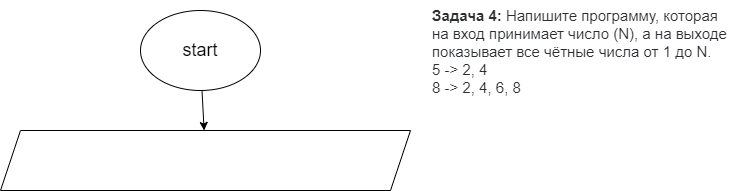
Before: Homework01/ex04/diagram.drawio.png, a diagram exported from draw.io (ruroni1703/lessonC-). Source tidied: cells renumbered, new cells last; positions are measured from the earlier drawing's top-left corner, leaving out a move shared by most shapes. The source it was exported from:
```xml
<mxGraphModel>
  <root>
    <mxCell id="0" />
    <mxCell id="1" parent="0" />
    <mxCell id="2" value="&lt;p style=&quot;box-sizing: border-box; margin: 0px; font-weight: 400; color: rgb(44, 45, 48); font-family: roboto, &amp;quot;san francisco&amp;quot;, &amp;quot;helvetica neue&amp;quot;, helvetica, arial; font-size: 15px; font-style: normal; letter-spacing: normal; text-indent: 0px; text-transform: none; word-spacing: 0px; background-color: rgb(255, 255, 255);&quot;&gt;&lt;strong style=&quot;box-sizing: border-box ; font-weight: 700&quot;&gt;Задача 4:&lt;/strong&gt;&lt;span&gt;&amp;nbsp;&lt;/span&gt;Напишите программу, которая на вход принимает число (N), а на выходе показывает все чётные числа от 1 до N.&lt;/p&gt;&lt;p style=&quot;box-sizing: border-box; margin: 0px; font-weight: 400; color: rgb(44, 45, 48); font-family: roboto, &amp;quot;san francisco&amp;quot;, &amp;quot;helvetica neue&amp;quot;, helvetica, arial; font-size: 15px; font-style: normal; letter-spacing: normal; text-indent: 0px; text-transform: none; word-spacing: 0px; background-color: rgb(255, 255, 255);&quot;&gt;5 -&amp;gt; 2, 4&lt;br style=&quot;box-sizing: border-box&quot;&gt;8 -&amp;gt; 2, 4, 6, 8&lt;/p&gt;" style="text;whiteSpace=wrap;html=1;" parent="1" vertex="1">
      <mxGeometry x="430" width="300" height="30" as="geometry" />
    </mxCell>
    <mxCell id="3" style="edgeStyle=none;html=1;fontSize=18;" parent="1" edge="1" source="4" target="5">
      <mxGeometry relative="1" as="geometry" />
    </mxCell>
    <mxCell id="4" value="&lt;font style=&quot;font-size: 18px&quot;&gt;start&lt;/font&gt;" style="ellipse;whiteSpace=wrap;html=1;" parent="1" vertex="1">
      <mxGeometry x="140" y="10" width="120" height="80" as="geometry" />
    </mxCell>
    <mxCell id="5" style="shape=parallelogram;perimeter=parallelogramPerimeter;whiteSpace=wrap;html=1;fixedSize=1;" parent="1" vertex="1">
      <mxGeometry y="130" width="410" height="60" as="geometry" />
    </mxCell>
  </root>
</mxGraphModel>
```
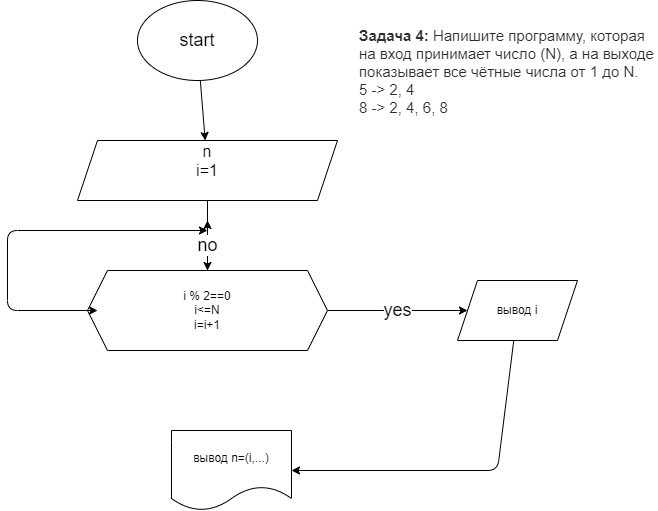
The same file after the commit.

Diff of the diagram source:
```diff
@@ -9,10 +9,50 @@
       <mxGeometry relative="1" as="geometry" />
     </mxCell>
     <mxCell id="4" value="&lt;font style=&quot;font-size: 18px&quot;&gt;start&lt;/font&gt;" style="ellipse;whiteSpace=wrap;html=1;" parent="1" vertex="1">
-      <mxGeometry x="140" y="10" width="120" height="80" as="geometry" />
+      <mxGeometry x="210" y="-20" width="120" height="80" as="geometry" />
     </mxCell>
+    <mxCell id="6" style="edgeStyle=none;html=1;fontSize=18;" parent="1" edge="1" source="5" target="10">
+      <mxGeometry relative="1" as="geometry" />
+    </mxCell>
-    <mxCell id="5" style="shape=parallelogram;perimeter=parallelogramPerimeter;whiteSpace=wrap;html=1;fixedSize=1;" parent="1" vertex="1">
-      <mxGeometry y="130" width="410" height="60" as="geometry" />
+    <mxCell id="5" value="&lt;font size=&quot;3&quot;&gt;n&lt;br&gt;i=1&lt;br&gt;&lt;br&gt;&lt;/font&gt;" style="shape=parallelogram;perimeter=parallelogramPerimeter;whiteSpace=wrap;html=1;fixedSize=1;" parent="1" vertex="1">
+      <mxGeometry x="150" y="120" width="260" height="60" as="geometry" />
     </mxCell>
+    <mxCell id="7" value="yes&lt;br&gt;" style="edgeStyle=none;html=1;fontSize=18;" parent="1" edge="1" source="10" target="12">
+      <mxGeometry relative="1" as="geometry" />
+    </mxCell>
+    <mxCell id="8" value="no" style="edgeStyle=none;html=1;fontSize=18;" parent="1" edge="1" source="10">
+      <mxGeometry relative="1" as="geometry">
+        <mxPoint x="280" y="200" as="targetPoint" />
+      </mxGeometry>
+    </mxCell>
+    <mxCell id="9" style="edgeStyle=none;html=1;fontSize=18;" parent="1" edge="1">
+      <mxGeometry relative="1" as="geometry">
+        <mxPoint x="160" y="290" as="sourcePoint" />
+        <mxPoint x="280" y="210" as="targetPoint" />
+        <Array as="points">
+          <mxPoint x="80" y="290" />
+          <mxPoint x="80" y="210" />
+        </Array>
+      </mxGeometry>
+    </mxCell>
+    <mxCell id="10" value="i % 2==0&lt;br&gt;i&amp;lt;=N&lt;br&gt;i=i+1" style="shape=hexagon;perimeter=hexagonPerimeter2;whiteSpace=wrap;html=1;fixedSize=1;" parent="1" vertex="1">
+      <mxGeometry x="160" y="250" width="240" height="80" as="geometry" />
+    </mxCell>
+    <mxCell id="11" style="edgeStyle=none;html=1;fontSize=18;" parent="1" edge="1" source="12" target="14">
+      <mxGeometry relative="1" as="geometry">
+        <Array as="points">
+          <mxPoint x="570" y="450" />
+        </Array>
+      </mxGeometry>
+    </mxCell>
+    <mxCell id="12" value="вывод i" style="shape=parallelogram;perimeter=parallelogramPerimeter;whiteSpace=wrap;html=1;fixedSize=1;" parent="1" vertex="1">
+      <mxGeometry x="530" y="260" width="120" height="60" as="geometry" />
+    </mxCell>
+    <mxCell id="13" style="edgeStyle=none;html=1;exitX=0;exitY=0.5;exitDx=0;exitDy=0;entryX=0.042;entryY=0.5;entryDx=0;entryDy=0;entryPerimeter=0;fontSize=18;" parent="1" edge="1" source="10" target="10">
+      <mxGeometry relative="1" as="geometry" />
+    </mxCell>
+    <mxCell id="14" value="вывод n=(i,...)" style="shape=document;whiteSpace=wrap;html=1;boundedLbl=1;" parent="1" vertex="1">
+      <mxGeometry x="244" y="410" width="120" height="80" as="geometry" />
+    </mxCell>
   </root>
 </mxGraphModel>
```
